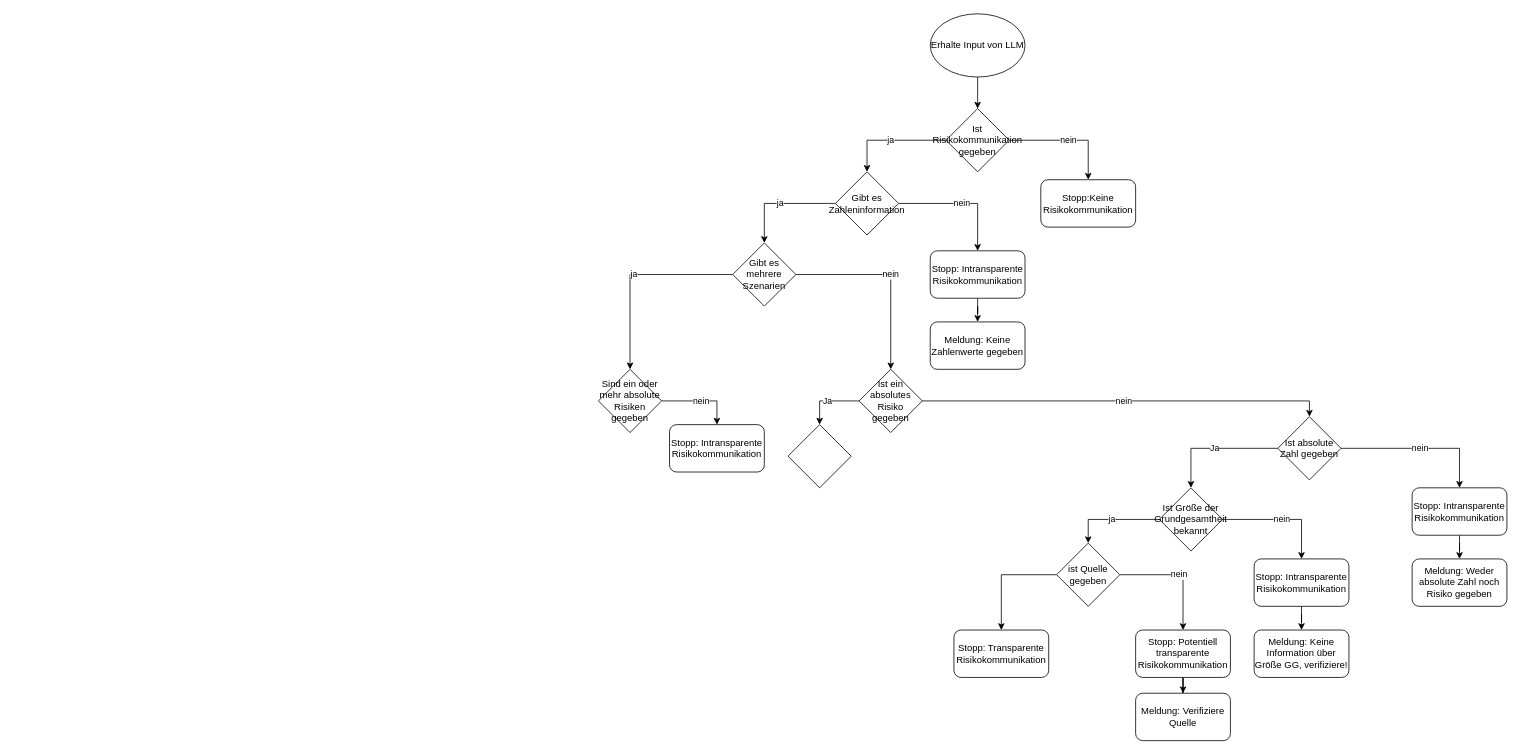
The draw.io diagram Pythonlogik Modell.drawio in kaihag250/Riscom, before the edit. Source tidied: cells renumbered, new cells numbered last; positions are measured from the earlier drawing's top-left corner, leaving out a move shared by most shapes. Both pictures are drawn from the tidied source at 79%, with x=0, y=0 at pixel (598, 13).
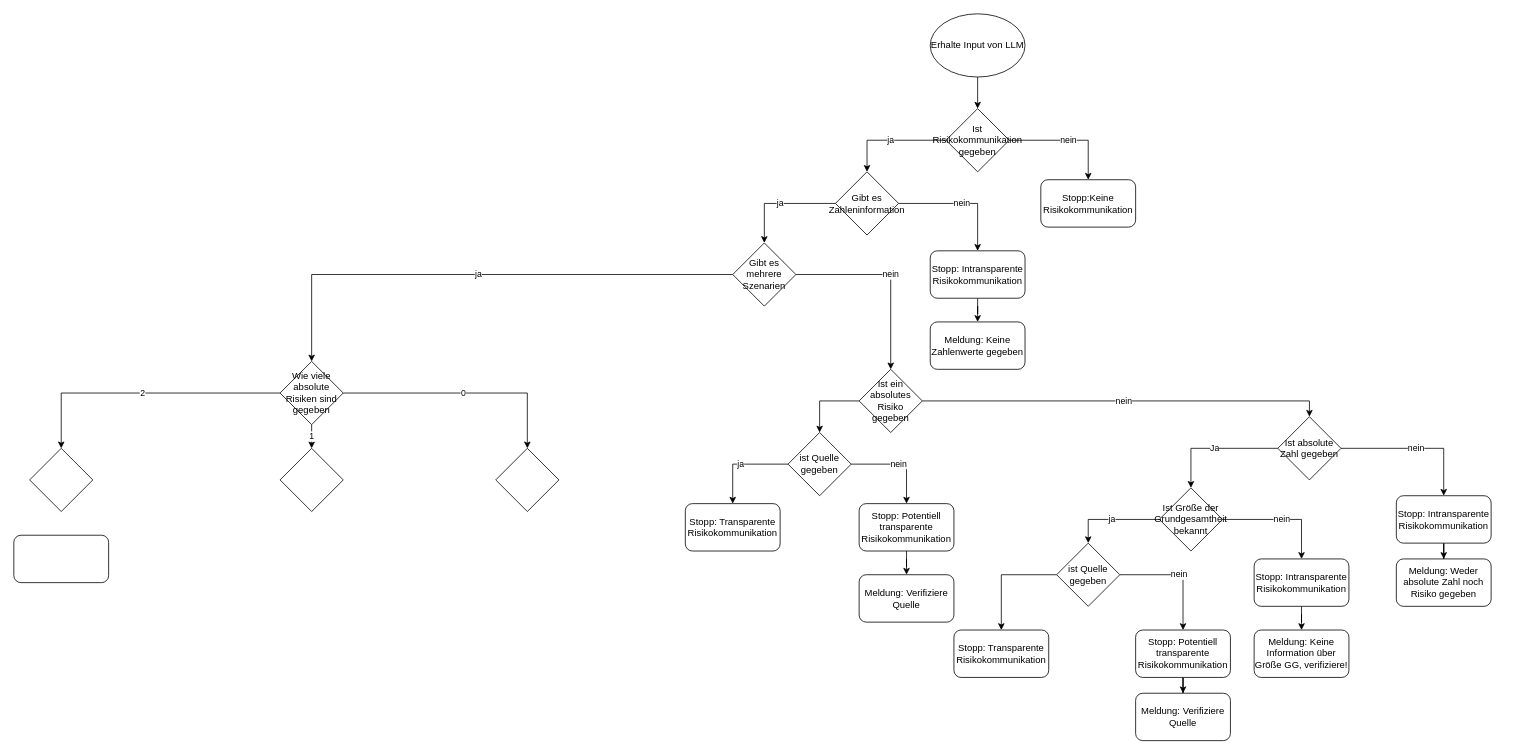
After the change.

Unchanged cells that the change refers to:
```xml
<mxCell id="20" value="Ist ein absolutes Risiko gegeben" style="rhombus;whiteSpace=wrap;html=1;" parent="1" vertex="1">
  <mxGeometry x="330" y="450" width="80" height="80" as="geometry" />
</mxCell>
```

Change to the diagram source:
```diff
@@
-    <mxCell id="16" value="nein" style="edgeStyle=orthogonalEdgeStyle;rounded=0;jettySize=auto;html=1;entryX=0.5;entryY=0;entryDx=0;entryDy=0;" parent="1" edge="1" source="17" target="22">
-      <mxGeometry relative="1" as="geometry" />
-    </mxCell>
+    <mxCell id="43" value="2" style="edgeStyle=orthogonalEdgeStyle;rounded=0;jettySize=auto;html=1;entryX=0.5;entryY=0;entryDx=0;entryDy=0;" parent="1" edge="1" source="17" target="54">
+      <mxGeometry relative="1" as="geometry" />
+    </mxCell>
+    <mxCell id="44" value="1" style="edgeStyle=orthogonalEdgeStyle;rounded=0;jettySize=auto;html=1;entryX=0.5;entryY=0;entryDx=0;entryDy=0;" parent="1" edge="1" source="17" target="53">
+      <mxGeometry relative="1" as="geometry" />
+    </mxCell>
+    <mxCell id="45" value="0" style="edgeStyle=orthogonalEdgeStyle;rounded=0;jettySize=auto;html=1;" parent="1" edge="1" source="17" target="56">
+      <mxGeometry relative="1" as="geometry" />
+    </mxCell>
-    <mxCell id="17" value="Sind ein oder mehr absolute Risiken gegeben" style="rhombus;whiteSpace=wrap;html=1;" parent="1" vertex="1">
-      <mxGeometry y="450" width="80" height="80" as="geometry" />
+    <mxCell id="17" value="Wie viele absolute Risiken sind gegeben" style="rhombus;whiteSpace=wrap;html=1;" parent="1" vertex="1">
+      <mxGeometry x="-403" y="440" width="80" height="80" as="geometry" />
     </mxCell>
-    <mxCell id="18" value="Ja" style="edgeStyle=orthogonalEdgeStyle;rounded=0;jettySize=auto;html=1;entryX=0.5;entryY=0;entryDx=0;entryDy=0;" parent="1" edge="1" source="20" target="21">
-      <mxGeometry relative="1" as="geometry" />
-    </mxCell>
@@
+    <mxCell id="46" style="edgeStyle=orthogonalEdgeStyle;rounded=0;jettySize=auto;html=1;entryX=0.5;entryY=0;entryDx=0;entryDy=0;" parent="1" edge="1" source="20" target="48">
+      <mxGeometry relative="1" as="geometry" />
+    </mxCell>
@@
-    <mxCell id="21" style="rhombus;whiteSpace=wrap;html=1;" parent="1" vertex="1">
-      <mxGeometry x="240" y="520" width="80" height="80" as="geometry" />
-    </mxCell>
-    <mxCell id="22" value="Stopp: Intransparente Risikokommunikation" style="rounded=1;whiteSpace=wrap;html=1;" parent="1" vertex="1">
-      <mxGeometry x="90" y="520" width="120" height="60" as="geometry" />
-    </mxCell>
@@
     <mxCell id="27" value="Stopp: Intransparente Risikokommunikation" style="rounded=1;whiteSpace=wrap;html=1;" parent="1" vertex="1">
-      <mxGeometry x="1030" y="600" width="120" height="60" as="geometry" />
+      <mxGeometry x="1010" y="610" width="120" height="60" as="geometry" />
     </mxCell>
@@
     <mxCell id="29" value="Meldung: Weder absolute Zahl noch Risiko gegeben" style="rounded=1;whiteSpace=wrap;html=1;" parent="1" vertex="1">
-      <mxGeometry x="1030" y="690" width="120" height="60" as="geometry" />
+      <mxGeometry x="1010" y="690" width="120" height="60" as="geometry" />
     </mxCell>
@@
+    <mxCell id="16" value="nein" style="edgeStyle=orthogonalEdgeStyle;rounded=0;jettySize=auto;html=1;entryX=0.5;entryY=0;entryDx=0;entryDy=0;" parent="1" edge="1" source="48" target="50">
+      <mxGeometry relative="1" as="geometry" />
+    </mxCell>
+    <mxCell id="47" value="ja" style="edgeStyle=orthogonalEdgeStyle;rounded=0;jettySize=auto;html=1;" parent="1" edge="1" source="48" target="52">
+      <mxGeometry relative="1" as="geometry" />
+    </mxCell>
+    <mxCell id="48" value="ist Quelle gegeben" style="rhombus;whiteSpace=wrap;html=1;" parent="1" vertex="1">
+      <mxGeometry x="240" y="530" width="80" height="80" as="geometry" />
+    </mxCell>
+    <mxCell id="49" style="edgeStyle=orthogonalEdgeStyle;rounded=0;jettySize=auto;html=1;" parent="1" edge="1" source="50" target="51">
+      <mxGeometry relative="1" as="geometry" />
+    </mxCell>
+    <mxCell id="50" value="Stopp: Potentiell transparente Risikokommunikation" style="rounded=1;whiteSpace=wrap;html=1;" parent="1" vertex="1">
+      <mxGeometry x="330" y="620" width="120" height="60" as="geometry" />
+    </mxCell>
+    <mxCell id="51" value="Meldung: Verifiziere Quelle" style="whiteSpace=wrap;html=1;rounded=1;" parent="1" vertex="1">
+      <mxGeometry x="330" y="710" width="120" height="60" as="geometry" />
+    </mxCell>
+    <mxCell id="52" value="Stopp: Transparente Risikokommunikation" style="rounded=1;whiteSpace=wrap;html=1;" parent="1" vertex="1">
+      <mxGeometry x="110" y="620" width="120" height="60" as="geometry" />
+    </mxCell>
+    <mxCell id="53" style="rhombus;whiteSpace=wrap;html=1;" parent="1" vertex="1">
+      <mxGeometry x="-403" y="550" width="80" height="80" as="geometry" />
+    </mxCell>
+    <mxCell id="54" style="rhombus;whiteSpace=wrap;html=1;" parent="1" vertex="1">
+      <mxGeometry x="-720" y="550" width="80" height="80" as="geometry" />
+    </mxCell>
+    <mxCell id="55" style="rounded=1;whiteSpace=wrap;html=1;" parent="1" vertex="1">
+      <mxGeometry x="-740" y="660" width="120" height="60" as="geometry" />
+    </mxCell>
+    <mxCell id="56" style="rhombus;whiteSpace=wrap;html=1;" parent="1" vertex="1">
+      <mxGeometry x="-130" y="550" width="80" height="80" as="geometry" />
+    </mxCell>
```
